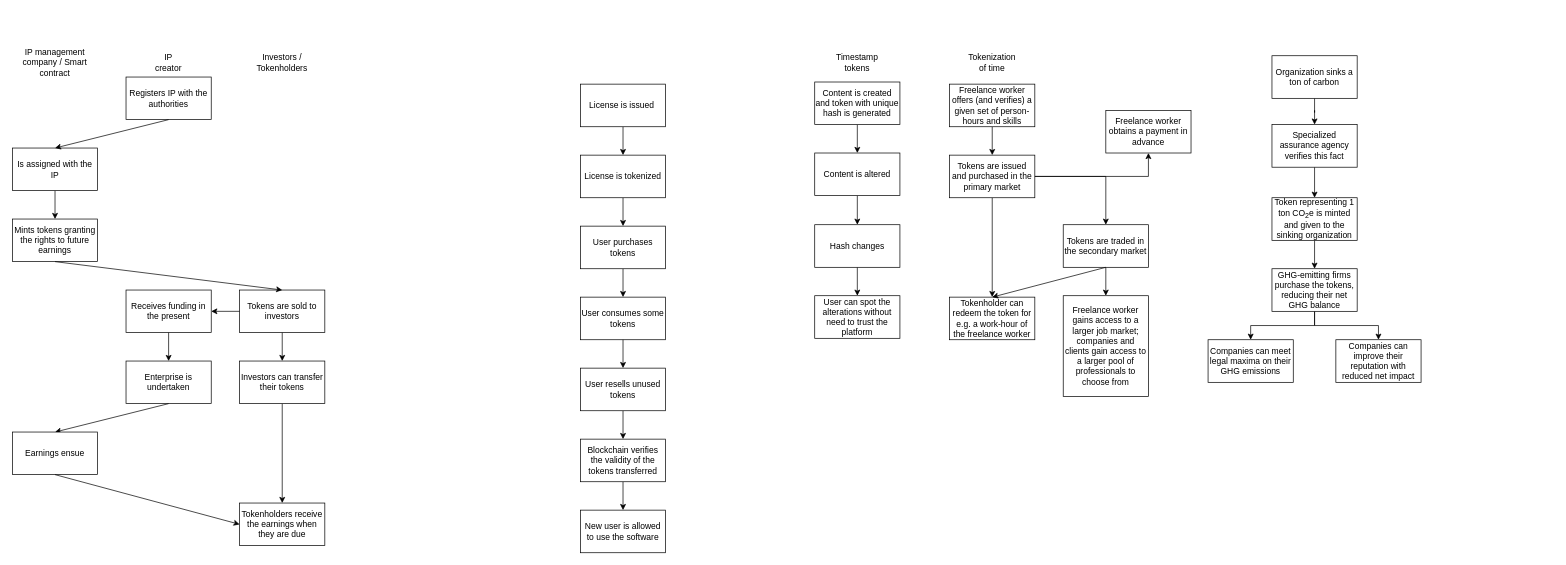
juan22xT/TEA keeps this draw.io diagram as Enterprise blockchains.drawio. Above is the earlier version. Source tidied: cells renumbered, new cells numbered last; positions are measured from the earlier drawing's top-left corner, leaving out a move shared by most shapes. Both pictures are drawn from the tidied source at 71%, with x=0, y=0 at pixel (12, 55).
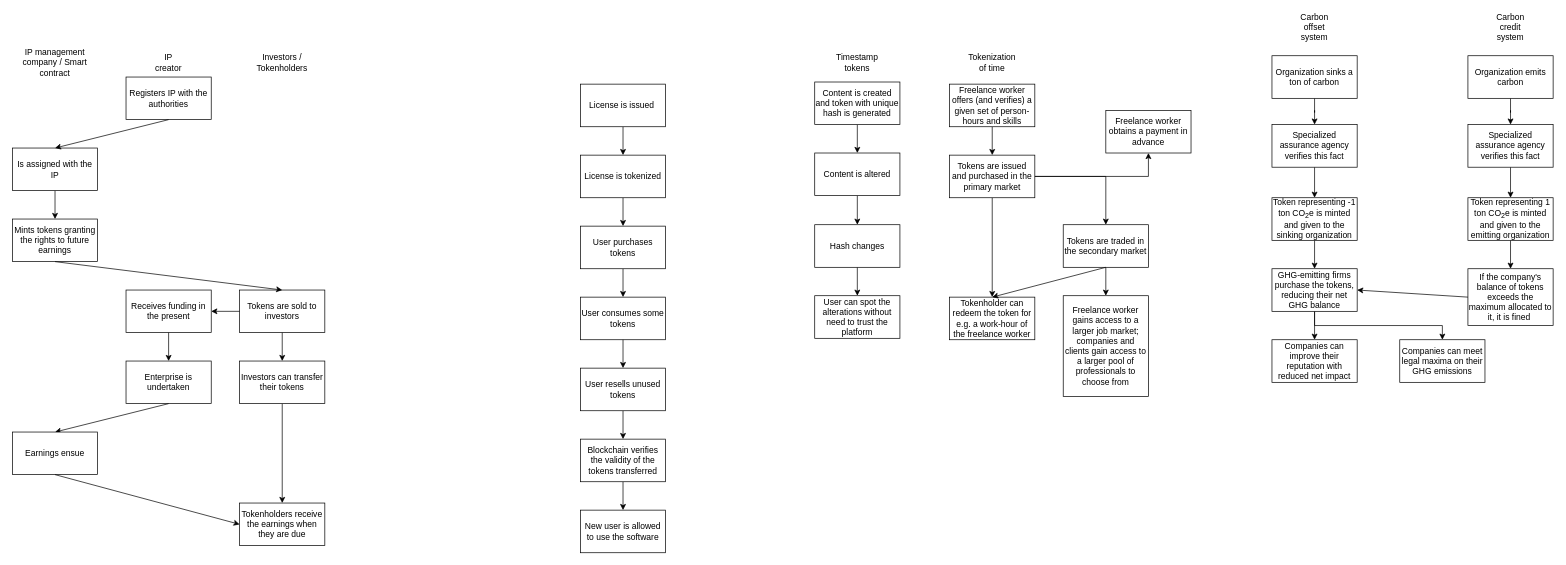
The same diagram, later.

Unchanged cells that the change refers to:
```xml
<mxCell id="65" value="GHG-emitting firms purchase the tokens, reducing their net GHG balance" style="rounded=0;whiteSpace=wrap;html=1;" parent="1" vertex="1">
  <mxGeometry x="1774" y="300" width="120" height="60" as="geometry" />
</mxCell>
```

Diff of the diagram source:
```diff
@@
-    <mxCell id="62" value="Token representing 1 ton CO&lt;sub&gt;2&lt;/sub&gt;e is minted and given to the sinking organization" style="rounded=0;whiteSpace=wrap;html=1;" parent="1" vertex="1">
+    <mxCell id="62" value="Token representing -1 ton CO&lt;sub&gt;2&lt;/sub&gt;e is minted and given to the sinking organization" style="rounded=0;whiteSpace=wrap;html=1;" parent="1" vertex="1">
       <mxGeometry x="1774" y="200" width="120" height="60" as="geometry" />
     </mxCell>
@@
     <mxCell id="64" style="edgeStyle=orthogonalEdgeStyle;rounded=0;jettySize=auto;html=1;" parent="1" edge="1" source="65" target="67">
-      <mxGeometry relative="1" as="geometry" />
+      <mxGeometry relative="1" as="geometry">
+        <Array as="points">
+          <mxPoint x="1834" y="380" />
+          <mxPoint x="2014" y="380" />
+        </Array>
+      </mxGeometry>
     </mxCell>
@@
-    <mxCell id="66" value="Companies can meet legal maxima on their GHG emissions" style="rounded=0;whiteSpace=wrap;html=1;" parent="1" vertex="1">
-      <mxGeometry x="1684" y="400" width="120" height="60" as="geometry" />
+    <mxCell id="66" value="&lt;span&gt;Companies can improve their reputation with reduced net impact&lt;/span&gt;" style="rounded=0;whiteSpace=wrap;html=1;" parent="1" vertex="1">
+      <mxGeometry x="1774" y="400" width="120" height="60" as="geometry" />
     </mxCell>
-    <mxCell id="67" value="Companies can improve their reputation with reduced net impact" style="rounded=0;whiteSpace=wrap;html=1;" parent="1" vertex="1">
-      <mxGeometry x="1864" y="400" width="120" height="60" as="geometry" />
+    <mxCell id="67" value="Companies can meet legal maxima on their GHG emissions" style="rounded=0;whiteSpace=wrap;html=1;" parent="1" vertex="1">
+      <mxGeometry x="1954" y="400" width="120" height="60" as="geometry" />
     </mxCell>
+    <mxCell id="68" style="edgeStyle=orthogonalEdgeStyle;rounded=0;jettySize=auto;html=1;" parent="1" edge="1" source="69" target="71">
+      <mxGeometry relative="1" as="geometry" />
+    </mxCell>
+    <mxCell id="69" value="Organization emits carbon" style="rounded=0;whiteSpace=wrap;html=1;" parent="1" vertex="1">
+      <mxGeometry x="2050" width="120" height="60" as="geometry" />
+    </mxCell>
+    <mxCell id="70" style="edgeStyle=orthogonalEdgeStyle;rounded=0;jettySize=auto;html=1;" parent="1" edge="1" source="71" target="73">
+      <mxGeometry relative="1" as="geometry" />
+    </mxCell>
+    <mxCell id="71" value="Specialized assurance agency verifies this fact" style="rounded=0;whiteSpace=wrap;html=1;" parent="1" vertex="1">
+      <mxGeometry x="2050" y="97" width="120" height="60" as="geometry" />
+    </mxCell>
+    <mxCell id="72" style="edgeStyle=orthogonalEdgeStyle;rounded=0;jettySize=auto;html=1;" parent="1" edge="1" source="73" target="74">
+      <mxGeometry relative="1" as="geometry" />
+    </mxCell>
+    <mxCell id="73" value="Token representing 1 ton CO&lt;sub&gt;2&lt;/sub&gt;e is minted and given to the emitting organization" style="rounded=0;whiteSpace=wrap;html=1;" parent="1" vertex="1">
+      <mxGeometry x="2050" y="200" width="120" height="60" as="geometry" />
+    </mxCell>
+    <mxCell id="74" value="If the company's balance of tokens exceeds the maximum allocated to it, it is fined&amp;nbsp;" style="rounded=0;whiteSpace=wrap;html=1;" parent="1" vertex="1">
+      <mxGeometry x="2050" y="300" width="120" height="80" as="geometry" />
+    </mxCell>
+    <mxCell id="75" style="endArrow=classic;html=1;exitX=0;exitY=0.5;exitDx=0;exitDy=0;entryX=1;entryY=0.5;entryDx=0;entryDy=0;" parent="1" edge="1" source="74" target="65">
+      <mxGeometry relative="1" as="geometry" />
+    </mxCell>
+    <mxCell id="76" value="Carbon offset system" style="text;html=1;strokeColor=none;fillColor=none;align=center;verticalAlign=middle;whiteSpace=wrap;rounded=0;" parent="1" vertex="1">
+      <mxGeometry x="1814" y="-50" width="40" height="20" as="geometry" />
+    </mxCell>
+    <mxCell id="77" value="Carbon credit system" style="text;html=1;strokeColor=none;fillColor=none;align=center;verticalAlign=middle;whiteSpace=wrap;rounded=0;" parent="1" vertex="1">
+      <mxGeometry x="2090" y="-50" width="40" height="20" as="geometry" />
+    </mxCell>
```
